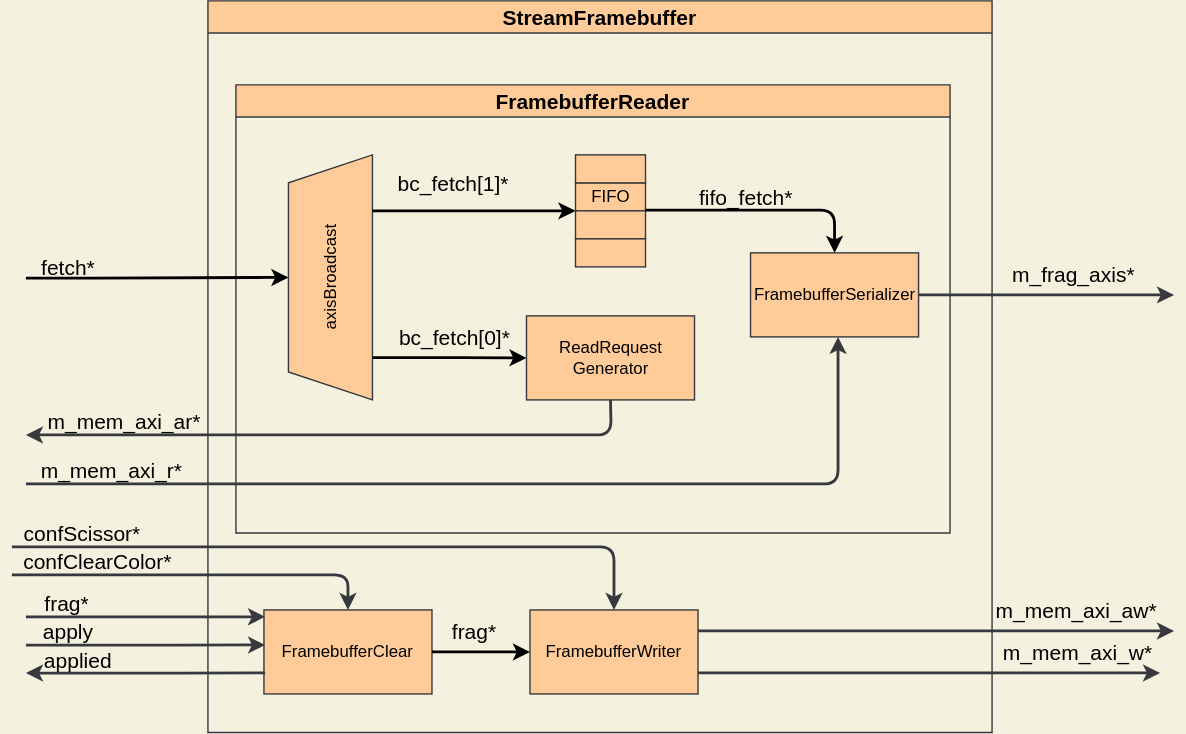
Before: pictures/StreamFramebuffer.drawio.svg, a diagram exported from draw.io (ToNi3141/Rasterix). Source tidied: cells renumbered, new cells last; positions are measured from the earlier drawing's top-left corner, leaving out a move shared by most shapes. Its diagram source:
```xml
<mxGraphModel background="#F4F1DE">
  <root>
    <mxCell id="0" />
    <mxCell id="1" parent="0" />
    <mxCell id="2" value="StreamFramebuffer" style="swimlane;labelBackgroundColor=none;fontSize=15;fillColor=#ffcc99;strokeColor=#36393d;fontColor=#000000;" parent="1" vertex="1">
      <mxGeometry x="140" width="560" height="522.5" as="geometry" />
    </mxCell>
    <mxCell id="3" value="FramebufferClear" style="rounded=0;whiteSpace=wrap;html=1;fillColor=#ffcc99;strokeColor=#36393d;fontColor=#000000;" parent="2" vertex="1">
      <mxGeometry x="40" y="435" width="120" height="60" as="geometry" />
    </mxCell>
    <mxCell id="4" value="FramebufferWriter" style="rounded=0;whiteSpace=wrap;html=1;fillColor=#ffcc99;strokeColor=#36393d;fontColor=#000000;" parent="2" vertex="1">
      <mxGeometry x="230" y="435" width="120" height="60" as="geometry" />
    </mxCell>
    <mxCell id="5" style="edgeStyle=orthogonalEdgeStyle;html=1;exitX=1;exitY=0.5;exitDx=0;exitDy=0;entryX=0;entryY=0.5;entryDx=0;entryDy=0;labelBackgroundColor=none;fontSize=15;fontColor=#000000;startArrow=none;startFill=0;strokeWidth=2;strokeColor=#000000;" parent="2" edge="1" source="3" target="4">
      <mxGeometry relative="1" as="geometry" />
    </mxCell>
    <mxCell id="6" value="frag*" style="edgeLabel;html=1;align=center;verticalAlign=middle;fontSize=15;fontColor=#000000;labelBackgroundColor=none;" parent="5" vertex="1">
      <mxGeometry x="-0.27" relative="1" as="geometry">
        <mxPoint x="4" y="-15" as="offset" />
      </mxGeometry>
    </mxCell>
    <mxCell id="7" style="endArrow=classic;html=1;fontSize=15;fontColor=#000000;strokeWidth=2;fillColor=#cce5ff;strokeColor=#36393d;labelBackgroundColor=none;entryX=0.007;entryY=0.082;entryDx=0;entryDy=0;entryPerimeter=0;" parent="2" edge="1" target="3">
      <mxGeometry y="10" relative="1" as="geometry">
        <mxPoint x="-130" y="440" as="sourcePoint" />
        <Array as="points">
          <mxPoint x="-30" y="440" />
        </Array>
      </mxGeometry>
    </mxCell>
    <mxCell id="8" value="frag*" style="edgeLabel;html=1;align=center;verticalAlign=middle;fontSize=15;fontColor=#000000;labelBackgroundColor=none;" parent="7" vertex="1">
      <mxGeometry x="-0.5" y="-1" relative="1" as="geometry">
        <mxPoint x="-14" y="-11" as="offset" />
      </mxGeometry>
    </mxCell>
    <mxCell id="9" value="FramebufferReader" style="swimlane;labelBackgroundColor=none;fontSize=15;fillColor=#ffcc99;strokeColor=#36393d;fontColor=#000000;" parent="2" vertex="1">
      <mxGeometry x="20" y="60" width="510" height="320" as="geometry" />
    </mxCell>
    <mxCell id="10" value="ReadRequest&lt;br&gt;Generator" style="rounded=0;whiteSpace=wrap;html=1;fillColor=#ffcc99;strokeColor=#36393d;fontColor=#000000;" parent="9" vertex="1">
      <mxGeometry x="207.5" y="165" width="120" height="60" as="geometry" />
    </mxCell>
    <mxCell id="11" value="&lt;font color=&quot;#000000&quot;&gt;axisBroadcast&lt;/font&gt;" style="shape=trapezoid;perimeter=trapezoidPerimeter;whiteSpace=wrap;html=1;fixedSize=1;rotation=-90;strokeColor=#36393D;fillColor=#FFCC99;" parent="9" vertex="1">
      <mxGeometry x="-20" y="107.5" width="175" height="60" as="geometry" />
    </mxCell>
    <mxCell id="12" value="&lt;font color=&quot;#000000&quot;&gt;FIFO&lt;/font&gt;" style="rounded=0;whiteSpace=wrap;html=1;strokeColor=#36393D;fillColor=#FFCC99;" parent="9" vertex="1">
      <mxGeometry x="242.5" y="70" width="50" height="20" as="geometry" />
    </mxCell>
    <mxCell id="13" style="rounded=0;whiteSpace=wrap;html=1;strokeColor=#36393D;fillColor=#FFCC99;" parent="9" vertex="1">
      <mxGeometry x="242.5" y="90" width="50" height="20" as="geometry" />
    </mxCell>
    <mxCell id="14" style="rounded=0;whiteSpace=wrap;html=1;strokeColor=#36393D;fillColor=#FFCC99;" parent="9" vertex="1">
      <mxGeometry x="242.5" y="110" width="50" height="20" as="geometry" />
    </mxCell>
    <mxCell id="15" style="rounded=0;whiteSpace=wrap;html=1;strokeColor=#36393D;fillColor=#FFCC99;" parent="9" vertex="1">
      <mxGeometry x="242.5" y="50" width="50" height="20" as="geometry" />
    </mxCell>
    <mxCell id="16" style="edgeStyle=orthogonalEdgeStyle;html=1;entryX=0;entryY=1;entryDx=0;entryDy=0;labelBackgroundColor=none;fontSize=15;fontColor=#000000;startArrow=none;startFill=0;strokeWidth=2;strokeColor=#000000;" parent="9" edge="1" target="12">
      <mxGeometry relative="1" as="geometry">
        <mxPoint x="97.5" y="90" as="sourcePoint" />
        <Array as="points">
          <mxPoint x="97.5" y="90" />
        </Array>
      </mxGeometry>
    </mxCell>
    <mxCell id="17" value="bc_fetch[1]*" style="edgeLabel;html=1;align=center;verticalAlign=middle;fontSize=15;fontColor=#000000;labelBackgroundColor=none;" parent="16" vertex="1">
      <mxGeometry x="-0.27" relative="1" as="geometry">
        <mxPoint x="5" y="-20" as="offset" />
      </mxGeometry>
    </mxCell>
    <mxCell id="18" style="edgeStyle=orthogonalEdgeStyle;html=1;labelBackgroundColor=none;fontSize=15;fontColor=#000000;startArrow=none;startFill=0;strokeWidth=2;strokeColor=#000000;" parent="9" edge="1" target="10">
      <mxGeometry relative="1" as="geometry">
        <mxPoint x="97.5" y="194.8" as="sourcePoint" />
      </mxGeometry>
    </mxCell>
    <mxCell id="19" value="bc_fetch[0]*" style="edgeLabel;html=1;align=center;verticalAlign=middle;fontSize=15;fontColor=#000000;labelBackgroundColor=none;" parent="18" vertex="1">
      <mxGeometry x="-0.27" relative="1" as="geometry">
        <mxPoint x="18" y="-15" as="offset" />
      </mxGeometry>
    </mxCell>
    <mxCell id="20" value="FramebufferSerializer" style="rounded=0;whiteSpace=wrap;html=1;fillColor=#ffcc99;strokeColor=#36393d;fontColor=#000000;" parent="9" vertex="1">
      <mxGeometry x="367.5" y="120" width="120" height="60" as="geometry" />
    </mxCell>
    <mxCell id="21" style="edgeStyle=orthogonalEdgeStyle;html=1;labelBackgroundColor=none;fontSize=15;fontColor=#000000;startArrow=none;startFill=0;strokeWidth=2;strokeColor=#000000;exitX=1;exitY=1;exitDx=0;exitDy=0;entryX=0.5;entryY=0;entryDx=0;entryDy=0;" parent="9" edge="1" target="20">
      <mxGeometry relative="1" as="geometry">
        <mxPoint x="292.5" y="89.5" as="sourcePoint" />
        <Array as="points">
          <mxPoint x="427.5" y="90" />
        </Array>
      </mxGeometry>
    </mxCell>
    <mxCell id="22" value="fifo_fetch*" style="edgeLabel;html=1;align=center;verticalAlign=middle;fontSize=15;fontColor=#000000;labelBackgroundColor=none;" parent="21" vertex="1">
      <mxGeometry x="-0.27" relative="1" as="geometry">
        <mxPoint x="11" y="-10" as="offset" />
      </mxGeometry>
    </mxCell>
    <mxCell id="23" style="endArrow=none;html=1;fontSize=15;fontColor=#000000;strokeWidth=2;fillColor=#cce5ff;strokeColor=#36393d;labelBackgroundColor=none;entryX=0.5;entryY=1;entryDx=0;entryDy=0;startArrow=classic;startFill=1;endFill=0;" parent="9" edge="1" target="10">
      <mxGeometry y="10" relative="1" as="geometry">
        <mxPoint x="-150" y="250" as="sourcePoint" />
        <Array as="points">
          <mxPoint x="80" y="250" />
          <mxPoint x="268" y="250" />
        </Array>
      </mxGeometry>
    </mxCell>
    <mxCell id="24" value="m_mem_axi_ar*" style="edgeLabel;html=1;align=center;verticalAlign=middle;fontSize=15;fontColor=#000000;labelBackgroundColor=none;" parent="23" vertex="1">
      <mxGeometry x="-0.5" y="-1" relative="1" as="geometry">
        <mxPoint x="-41" y="-11" as="offset" />
      </mxGeometry>
    </mxCell>
    <mxCell id="25" style="endArrow=classic;html=1;fontSize=15;fontColor=#000000;strokeWidth=2;fillColor=#cce5ff;strokeColor=#36393d;labelBackgroundColor=none;startArrow=none;startFill=0;endFill=1;" parent="9" edge="1">
      <mxGeometry y="10" relative="1" as="geometry">
        <mxPoint x="-150" y="285" as="sourcePoint" />
        <mxPoint x="430" y="180" as="targetPoint" />
        <Array as="points">
          <mxPoint x="80" y="285" />
          <mxPoint x="430" y="285" />
        </Array>
      </mxGeometry>
    </mxCell>
    <mxCell id="26" value="m_mem_axi_r*" style="edgeLabel;html=1;align=center;verticalAlign=middle;fontSize=15;fontColor=#000000;labelBackgroundColor=none;" parent="25" vertex="1">
      <mxGeometry x="-0.5" y="-1" relative="1" as="geometry">
        <mxPoint x="-111" y="-11" as="offset" />
      </mxGeometry>
    </mxCell>
    <mxCell id="27" style="edgeStyle=orthogonalEdgeStyle;html=1;labelBackgroundColor=none;fontSize=15;fontColor=#000000;startArrow=none;startFill=0;strokeWidth=2;strokeColor=#000000;entryX=0.5;entryY=0;entryDx=0;entryDy=0;" parent="2" edge="1" target="11">
      <mxGeometry relative="1" as="geometry">
        <mxPoint x="-130" y="198" as="sourcePoint" />
        <Array as="points">
          <mxPoint x="-90" y="198" />
        </Array>
      </mxGeometry>
    </mxCell>
    <mxCell id="28" value="fetch*" style="edgeLabel;html=1;align=center;verticalAlign=middle;fontSize=15;fontColor=#000000;labelBackgroundColor=none;" parent="27" vertex="1">
      <mxGeometry x="-0.27" relative="1" as="geometry">
        <mxPoint x="-38" y="-8" as="offset" />
      </mxGeometry>
    </mxCell>
    <mxCell id="29" style="endArrow=classic;html=1;fontSize=15;fontColor=#000000;strokeWidth=2;fillColor=#cce5ff;strokeColor=#36393d;labelBackgroundColor=none;exitX=1;exitY=0.5;exitDx=0;exitDy=0;" parent="2" edge="1" source="20">
      <mxGeometry y="10" relative="1" as="geometry">
        <mxPoint x="690" y="210" as="targetPoint" />
        <Array as="points">
          <mxPoint x="610" y="210" />
        </Array>
      </mxGeometry>
    </mxCell>
    <mxCell id="30" value="m_frag_axis*" style="edgeLabel;html=1;align=center;verticalAlign=middle;fontSize=15;fontColor=#000000;labelBackgroundColor=none;" parent="29" vertex="1">
      <mxGeometry x="-0.5" y="-1" relative="1" as="geometry">
        <mxPoint x="65" y="-16" as="offset" />
      </mxGeometry>
    </mxCell>
    <mxCell id="31" style="endArrow=classic;html=1;fontSize=15;fontColor=#000000;strokeWidth=2;fillColor=#cce5ff;strokeColor=#36393d;labelBackgroundColor=none;entryX=0.5;entryY=0;entryDx=0;entryDy=0;" parent="2" edge="1">
      <mxGeometry y="10" relative="1" as="geometry">
        <mxPoint x="-140" y="410" as="sourcePoint" />
        <mxPoint x="100" y="435" as="targetPoint" />
        <Array as="points">
          <mxPoint x="-120" y="410" />
          <mxPoint x="100" y="410" />
        </Array>
      </mxGeometry>
    </mxCell>
    <mxCell id="32" value="confClearColor*" style="edgeLabel;html=1;align=center;verticalAlign=middle;fontSize=15;fontColor=#000000;labelBackgroundColor=none;" parent="31" vertex="1">
      <mxGeometry x="-0.5" y="-1" relative="1" as="geometry">
        <mxPoint x="-6" y="-11" as="offset" />
      </mxGeometry>
    </mxCell>
    <mxCell id="33" style="endArrow=classic;html=1;fontSize=15;fontColor=#000000;strokeWidth=2;fillColor=#cce5ff;strokeColor=#36393d;labelBackgroundColor=none;exitX=1;exitY=0.25;exitDx=0;exitDy=0;" parent="1" edge="1" source="4">
      <mxGeometry y="10" relative="1" as="geometry">
        <mxPoint x="830" y="450" as="targetPoint" />
        <Array as="points">
          <mxPoint x="590" y="450" />
        </Array>
      </mxGeometry>
    </mxCell>
    <mxCell id="34" value="m_mem_axi_aw*" style="edgeLabel;html=1;align=center;verticalAlign=middle;fontSize=15;fontColor=#000000;labelBackgroundColor=none;" parent="33" vertex="1">
      <mxGeometry x="-0.5" y="-1" relative="1" as="geometry">
        <mxPoint x="185" y="-16" as="offset" />
      </mxGeometry>
    </mxCell>
    <mxCell id="35" style="endArrow=classic;html=1;fontSize=15;fontColor=#000000;strokeWidth=2;fillColor=#cce5ff;strokeColor=#36393d;labelBackgroundColor=none;exitX=1;exitY=0.75;exitDx=0;exitDy=0;" parent="1" edge="1" source="4">
      <mxGeometry y="10" relative="1" as="geometry">
        <mxPoint x="820" y="480" as="targetPoint" />
      </mxGeometry>
    </mxCell>
    <mxCell id="36" value="m_mem_axi_w*" style="edgeLabel;html=1;align=center;verticalAlign=middle;fontSize=15;fontColor=#000000;labelBackgroundColor=none;" parent="35" vertex="1">
      <mxGeometry x="-0.5" y="-1" relative="1" as="geometry">
        <mxPoint x="188" y="-16" as="offset" />
      </mxGeometry>
    </mxCell>
    <mxCell id="37" style="endArrow=classic;html=1;fontSize=15;fontColor=#000000;strokeWidth=2;fillColor=#cce5ff;strokeColor=#36393d;labelBackgroundColor=none;entryX=0.5;entryY=0;entryDx=0;entryDy=0;" parent="1" edge="1" target="4">
      <mxGeometry y="10" relative="1" as="geometry">
        <mxPoint y="390" as="sourcePoint" />
        <Array as="points">
          <mxPoint x="200" y="390" />
          <mxPoint x="430" y="390" />
        </Array>
      </mxGeometry>
    </mxCell>
    <mxCell id="38" value="confScissor*" style="edgeLabel;html=1;align=center;verticalAlign=middle;fontSize=15;fontColor=#000000;labelBackgroundColor=none;" parent="37" vertex="1">
      <mxGeometry x="-0.5" y="-1" relative="1" as="geometry">
        <mxPoint x="-69" y="-11" as="offset" />
      </mxGeometry>
    </mxCell>
    <mxCell id="39" style="endArrow=classic;html=1;fontSize=15;fontColor=#000000;strokeWidth=2;fillColor=#cce5ff;strokeColor=#36393d;labelBackgroundColor=none;entryX=0.007;entryY=0.082;entryDx=0;entryDy=0;entryPerimeter=0;" parent="1" edge="1">
      <mxGeometry y="10" relative="1" as="geometry">
        <mxPoint x="10" y="460.1" as="sourcePoint" />
        <mxPoint x="180.8" y="460" as="targetPoint" />
        <Array as="points">
          <mxPoint x="110" y="460.1" />
        </Array>
      </mxGeometry>
    </mxCell>
    <mxCell id="40" value="apply" style="edgeLabel;html=1;align=center;verticalAlign=middle;fontSize=15;fontColor=#000000;labelBackgroundColor=none;" parent="39" vertex="1">
      <mxGeometry x="-0.5" y="-1" relative="1" as="geometry">
        <mxPoint x="-13" y="-11" as="offset" />
      </mxGeometry>
    </mxCell>
    <mxCell id="41" style="endArrow=none;html=1;fontSize=15;fontColor=#000000;strokeWidth=2;fillColor=#cce5ff;strokeColor=#36393d;labelBackgroundColor=none;entryX=0.007;entryY=0.082;entryDx=0;entryDy=0;entryPerimeter=0;startArrow=classic;startFill=1;endFill=0;" parent="1" edge="1">
      <mxGeometry y="10" relative="1" as="geometry">
        <mxPoint x="10" y="480.1" as="sourcePoint" />
        <mxPoint x="180.8" y="480" as="targetPoint" />
        <Array as="points">
          <mxPoint x="110" y="480.1" />
        </Array>
      </mxGeometry>
    </mxCell>
    <mxCell id="42" value="applied" style="edgeLabel;html=1;align=center;verticalAlign=middle;fontSize=15;fontColor=#000000;labelBackgroundColor=none;" parent="41" vertex="1">
      <mxGeometry x="-0.5" y="-1" relative="1" as="geometry">
        <mxPoint x="-6" y="-10" as="offset" />
      </mxGeometry>
    </mxCell>
  </root>
</mxGraphModel>
```
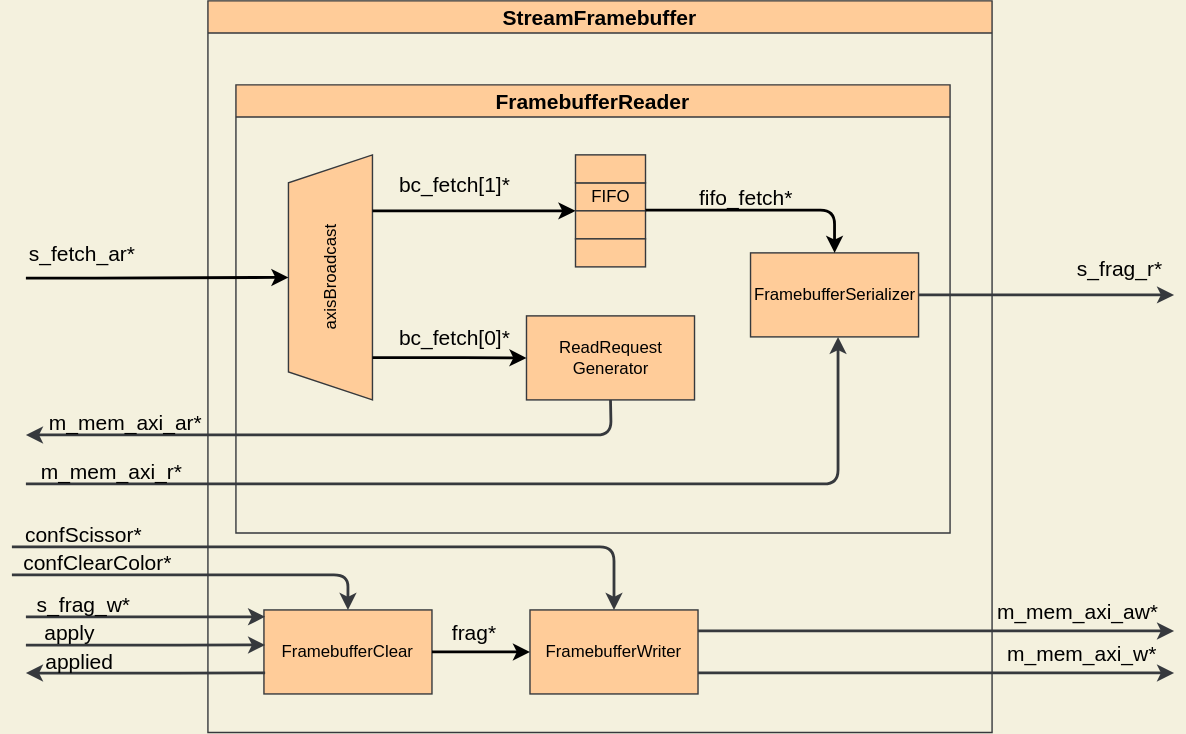
Later version of the same file.

The edit, as a diff of the source:
```diff
@@ -27,9 +27,9 @@
         </Array>
       </mxGeometry>
     </mxCell>
-    <mxCell id="8" value="frag*" style="edgeLabel;html=1;align=center;verticalAlign=middle;fontSize=15;fontColor=#000000;labelBackgroundColor=none;" parent="7" vertex="1">
+    <mxCell id="8" value="s_frag_w*" style="edgeLabel;html=1;align=center;verticalAlign=middle;fontSize=15;fontColor=#000000;labelBackgroundColor=none;" parent="7" vertex="1">
       <mxGeometry x="-0.5" y="-1" relative="1" as="geometry">
-        <mxPoint x="-14" y="-11" as="offset" />
+        <mxPoint x="-3" y="-11" as="offset" />
       </mxGeometry>
     </mxCell>
     <mxCell id="9" value="FramebufferReader" style="swimlane;labelBackgroundColor=none;fontSize=15;fillColor=#ffcc99;strokeColor=#36393d;fontColor=#000000;" parent="2" vertex="1">
@@ -129,9 +129,9 @@
         </Array>
       </mxGeometry>
     </mxCell>
-    <mxCell id="28" value="fetch*" style="edgeLabel;html=1;align=center;verticalAlign=middle;fontSize=15;fontColor=#000000;labelBackgroundColor=none;" parent="27" vertex="1">
+    <mxCell id="28" value="s_fetch_ar*" style="edgeLabel;html=1;align=center;verticalAlign=middle;fontSize=15;fontColor=#000000;labelBackgroundColor=none;" parent="27" vertex="1">
       <mxGeometry x="-0.27" relative="1" as="geometry">
-        <mxPoint x="-38" y="-8" as="offset" />
+        <mxPoint x="-28" y="-18" as="offset" />
       </mxGeometry>
     </mxCell>
     <mxCell id="29" style="endArrow=classic;html=1;fontSize=15;fontColor=#000000;strokeWidth=2;fillColor=#cce5ff;strokeColor=#36393d;labelBackgroundColor=none;exitX=1;exitY=0.5;exitDx=0;exitDy=0;" parent="2" edge="1" source="20">
@@ -142,9 +142,9 @@
         </Array>
       </mxGeometry>
     </mxCell>
-    <mxCell id="30" value="m_frag_axis*" style="edgeLabel;html=1;align=center;verticalAlign=middle;fontSize=15;fontColor=#000000;labelBackgroundColor=none;" parent="29" vertex="1">
+    <mxCell id="30" value="s_frag_r*" style="edgeLabel;html=1;align=center;verticalAlign=middle;fontSize=15;fontColor=#000000;labelBackgroundColor=none;" parent="29" vertex="1">
       <mxGeometry x="-0.5" y="-1" relative="1" as="geometry">
-        <mxPoint x="65" y="-16" as="offset" />
+        <mxPoint x="97" y="-21" as="offset" />
       </mxGeometry>
     </mxCell>
     <mxCell id="31" style="endArrow=classic;html=1;fontSize=15;fontColor=#000000;strokeWidth=2;fillColor=#cce5ff;strokeColor=#36393d;labelBackgroundColor=none;entryX=0.5;entryY=0;entryDx=0;entryDy=0;" parent="2" edge="1">
@@ -177,7 +177,7 @@
     </mxCell>
     <mxCell id="35" style="endArrow=classic;html=1;fontSize=15;fontColor=#000000;strokeWidth=2;fillColor=#cce5ff;strokeColor=#36393d;labelBackgroundColor=none;exitX=1;exitY=0.75;exitDx=0;exitDy=0;" parent="1" edge="1" source="4">
       <mxGeometry y="10" relative="1" as="geometry">
-        <mxPoint x="820" y="480" as="targetPoint" />
+        <mxPoint x="830" y="480" as="targetPoint" />
       </mxGeometry>
     </mxCell>
     <mxCell id="36" value="m_mem_axi_w*" style="edgeLabel;html=1;align=center;verticalAlign=middle;fontSize=15;fontColor=#000000;labelBackgroundColor=none;" parent="35" vertex="1">
```
